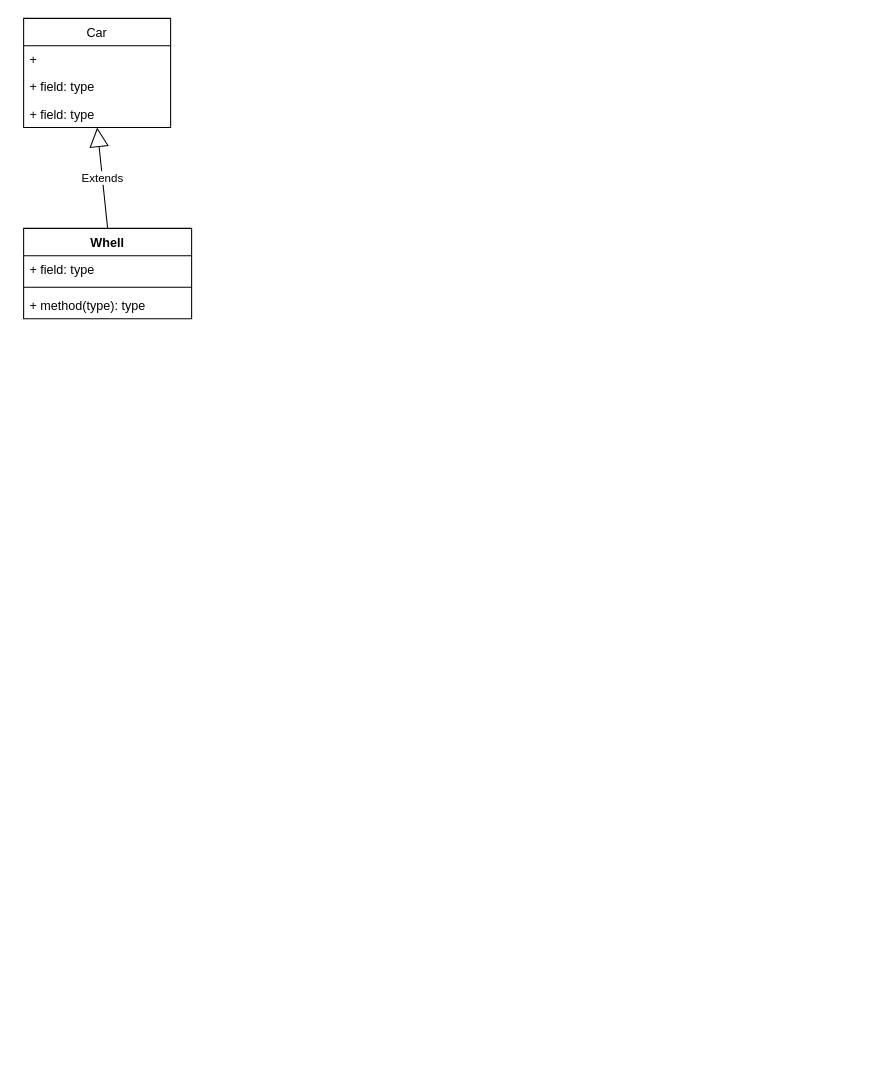
This is src/by/academy/homework/Untitled Diagram.drawio from MishaVorivonchick/by.academy.HomeWork, a draw.io file, before an edit. Source tidied: cells renumbered, new cells numbered last; positions are measured from the earlier drawing's top-left corner, leaving out a move shared by most shapes. Both pictures are drawn from the tidied source at 105%, with x=0, y=0 at pixel (23, 18).
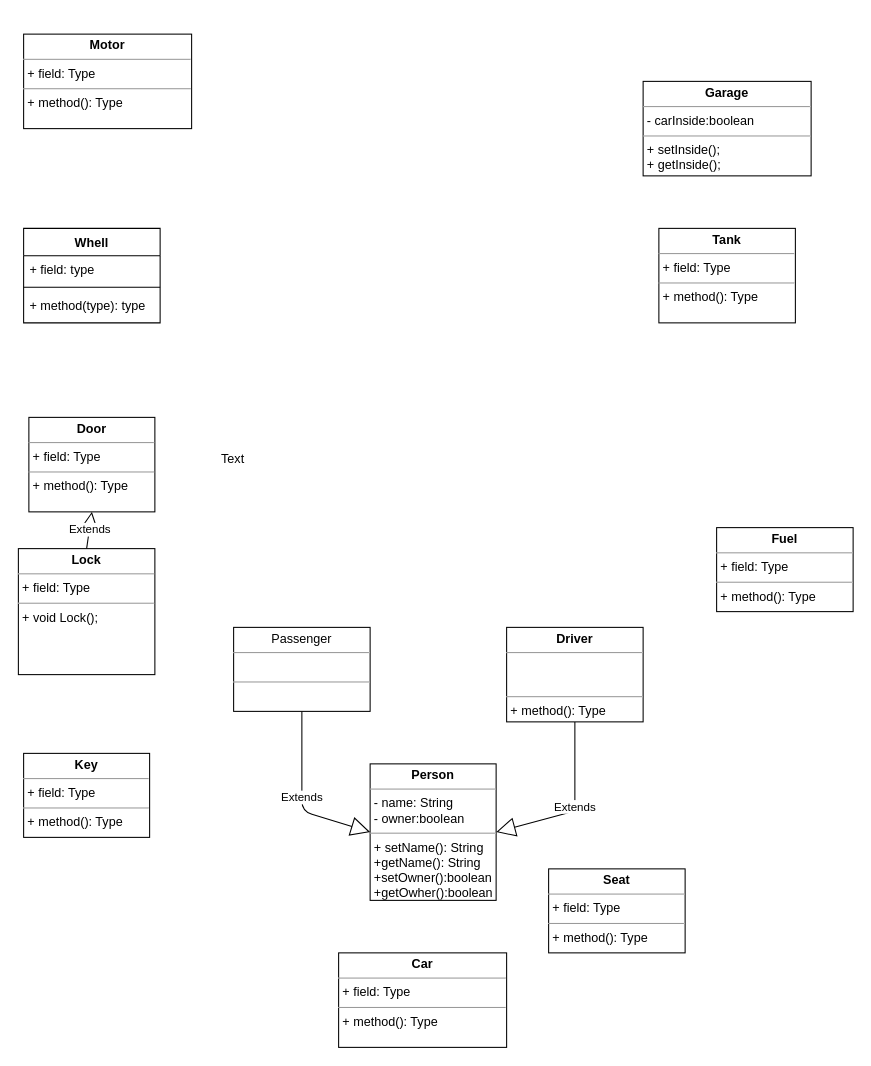
After the change.

Diff of the diagram source:
```diff
@@
-    <mxCell id="2" value="Extends" style="endArrow=block;endSize=16;endFill=0;html=1;exitX=0.5;exitY=0;exitDx=0;exitDy=0;entryX=0.5;entryY=1;entryDx=0;entryDy=0;" parent="1" edge="1" source="7" target="3">
-      <mxGeometry relative="1" as="geometry" />
-    </mxCell>
-    <mxCell id="3" value="Car" style="swimlane;fontStyle=0;horizontal=1;startSize=26;fillColor=none;" parent="1" vertex="1">
-      <mxGeometry width="140" height="104" as="geometry" />
-    </mxCell>
-    <mxCell id="4" value="+" style="text;strokeColor=none;fillColor=none;align=left;verticalAlign=top;spacingLeft=4;spacingRight=4;overflow=hidden;" parent="3" vertex="1">
-      <mxGeometry y="26" width="140" height="26" as="geometry" />
-    </mxCell>
-    <mxCell id="5" value="+ field: type" style="text;strokeColor=none;fillColor=none;align=left;verticalAlign=top;spacingLeft=4;spacingRight=4;overflow=hidden;" parent="3" vertex="1">
-      <mxGeometry y="52" width="140" height="26" as="geometry" />
-    </mxCell>
-    <mxCell id="6" value="+ field: type" style="text;strokeColor=none;fillColor=none;align=left;verticalAlign=top;spacingLeft=4;spacingRight=4;overflow=hidden;" parent="3" vertex="1">
-      <mxGeometry y="78" width="140" height="26" as="geometry" />
-    </mxCell>
     <mxCell id="7" value="Whell&#10;" style="swimlane;fontStyle=1;align=center;verticalAlign=top;horizontal=1;startSize=26;" parent="1" vertex="1">
-      <mxGeometry y="200" width="160" height="86" as="geometry" />
+      <mxGeometry y="200" width="130" height="90" as="geometry" />
     </mxCell>
     <mxCell id="8" value="+ field: type" style="text;strokeColor=none;fillColor=none;align=left;verticalAlign=top;spacingLeft=4;spacingRight=4;overflow=hidden;" parent="7" vertex="1">
-      <mxGeometry y="26" width="160" height="26" as="geometry" />
+      <mxGeometry y="26" width="130" height="26" as="geometry" />
     </mxCell>
     <mxCell id="9" style="line;strokeWidth=1;fillColor=none;align=left;verticalAlign=middle;spacingTop=-1;spacingLeft=3;spacingRight=3;labelPosition=right;" parent="7" vertex="1">
-      <mxGeometry y="52" width="160" height="8" as="geometry" />
+      <mxGeometry y="52" width="130" height="8" as="geometry" />
     </mxCell>
     <mxCell id="10" value="+ method(type): type" style="text;strokeColor=none;fillColor=none;align=left;verticalAlign=top;spacingLeft=4;spacingRight=4;overflow=hidden;" parent="7" vertex="1">
-      <mxGeometry y="60" width="160" height="26" as="geometry" />
+      <mxGeometry y="60" width="130" height="30" as="geometry" />
     </mxCell>
+    <mxCell id="11" value="&lt;p style=&quot;margin: 0px ; margin-top: 4px ; text-align: center&quot;&gt;&lt;b&gt;Door&lt;/b&gt;&lt;/p&gt;&lt;hr size=&quot;1&quot;&gt;&lt;p style=&quot;margin: 0px ; margin-left: 4px&quot;&gt;+ field: Type&lt;/p&gt;&lt;hr size=&quot;1&quot;&gt;&lt;p style=&quot;margin: 0px ; margin-left: 4px&quot;&gt;+ method(): Type&lt;/p&gt;" style="verticalAlign=top;align=left;overflow=fill;fontSize=12;fontFamily=Helvetica;html=1;" parent="1" vertex="1">
+      <mxGeometry x="5" y="380" width="120" height="90" as="geometry" />
+    </mxCell>
+    <mxCell id="12" value="&lt;p style=&quot;margin: 0px ; margin-top: 4px ; text-align: center&quot;&gt;&lt;b&gt;Lock&lt;/b&gt;&lt;/p&gt;&lt;hr size=&quot;1&quot;&gt;&lt;p style=&quot;margin: 0px ; margin-left: 4px&quot;&gt;+ field: Type&lt;/p&gt;&lt;hr size=&quot;1&quot;&gt;&lt;p style=&quot;margin: 0px ; margin-left: 4px&quot;&gt;+ void Lock();&lt;/p&gt;" style="verticalAlign=top;align=left;overflow=fill;fontSize=12;fontFamily=Helvetica;html=1;" parent="1" vertex="1">
+      <mxGeometry x="-5" y="505" width="130" height="120" as="geometry" />
+    </mxCell>
+    <mxCell id="13" value="&lt;p style=&quot;margin: 0px ; margin-top: 4px ; text-align: center&quot;&gt;&lt;b&gt;Person&lt;/b&gt;&lt;/p&gt;&lt;hr size=&quot;1&quot;&gt;&lt;p style=&quot;margin: 0px ; margin-left: 4px&quot;&gt;- name: String&lt;/p&gt;&lt;p style=&quot;margin: 0px ; margin-left: 4px&quot;&gt;- owner:boolean&lt;/p&gt;&lt;hr size=&quot;1&quot;&gt;&lt;p style=&quot;margin: 0px ; margin-left: 4px&quot;&gt;+ setName(): String&lt;/p&gt;&lt;p style=&quot;margin: 0px ; margin-left: 4px&quot;&gt;+getName(): String&lt;/p&gt;&lt;p style=&quot;margin: 0px ; margin-left: 4px&quot;&gt;+setOwner():boolean&lt;/p&gt;&lt;p style=&quot;margin: 0px ; margin-left: 4px&quot;&gt;+getOwher():boolean&lt;/p&gt;" style="verticalAlign=top;align=left;overflow=fill;fontSize=12;fontFamily=Helvetica;html=1;" parent="1" vertex="1">
+      <mxGeometry x="330" y="710" width="120" height="130" as="geometry" />
+    </mxCell>
+    <mxCell id="14" value="&lt;p style=&quot;margin: 0px ; margin-top: 4px ; text-align: center&quot;&gt;Passenger&lt;/p&gt;&lt;hr size=&quot;1&quot;&gt;&lt;p style=&quot;margin: 0px ; margin-left: 4px&quot;&gt;&lt;br&gt;&lt;/p&gt;&lt;hr size=&quot;1&quot;&gt;&lt;p style=&quot;margin: 0px ; margin-left: 4px&quot;&gt;&lt;br&gt;&lt;/p&gt;" style="verticalAlign=top;align=left;overflow=fill;fontSize=12;fontFamily=Helvetica;html=1;" parent="1" vertex="1">
+      <mxGeometry x="200" y="580" width="130" height="80" as="geometry" />
+    </mxCell>
+    <mxCell id="15" value="&lt;p style=&quot;margin: 0px ; margin-top: 4px ; text-align: center&quot;&gt;&lt;b&gt;Tank&lt;/b&gt;&lt;/p&gt;&lt;hr size=&quot;1&quot;&gt;&lt;p style=&quot;margin: 0px ; margin-left: 4px&quot;&gt;+ field: Type&lt;/p&gt;&lt;hr size=&quot;1&quot;&gt;&lt;p style=&quot;margin: 0px ; margin-left: 4px&quot;&gt;+ method(): Type&lt;/p&gt;" style="verticalAlign=top;align=left;overflow=fill;fontSize=12;fontFamily=Helvetica;html=1;" parent="1" vertex="1">
+      <mxGeometry x="605" y="200" width="130" height="90" as="geometry" />
+    </mxCell>
+    <mxCell id="16" value="&lt;p style=&quot;margin: 0px ; margin-top: 4px ; text-align: center&quot;&gt;&lt;b&gt;Fuel&lt;/b&gt;&lt;/p&gt;&lt;hr size=&quot;1&quot;&gt;&lt;p style=&quot;margin: 0px ; margin-left: 4px&quot;&gt;+ field: Type&lt;/p&gt;&lt;hr size=&quot;1&quot;&gt;&lt;p style=&quot;margin: 0px ; margin-left: 4px&quot;&gt;+ method(): Type&lt;/p&gt;" style="verticalAlign=top;align=left;overflow=fill;fontSize=12;fontFamily=Helvetica;html=1;" parent="1" vertex="1">
+      <mxGeometry x="660" y="485" width="130" height="80" as="geometry" />
+    </mxCell>
+    <mxCell id="17" value="&lt;p style=&quot;margin: 0px ; margin-top: 4px ; text-align: center&quot;&gt;&lt;b&gt;Key&lt;/b&gt;&lt;/p&gt;&lt;hr size=&quot;1&quot;&gt;&lt;p style=&quot;margin: 0px ; margin-left: 4px&quot;&gt;+ field: Type&lt;/p&gt;&lt;hr size=&quot;1&quot;&gt;&lt;p style=&quot;margin: 0px ; margin-left: 4px&quot;&gt;+ method(): Type&lt;/p&gt;" style="verticalAlign=top;align=left;overflow=fill;fontSize=12;fontFamily=Helvetica;html=1;" parent="1" vertex="1">
+      <mxGeometry y="700" width="120" height="80" as="geometry" />
+    </mxCell>
+    <mxCell id="18" value="&lt;p style=&quot;margin: 0px ; margin-top: 4px ; text-align: center&quot;&gt;&lt;b&gt;Garage&lt;/b&gt;&lt;/p&gt;&lt;hr size=&quot;1&quot;&gt;&lt;p style=&quot;margin: 0px ; margin-left: 4px&quot;&gt;- carInside:boolean&lt;/p&gt;&lt;hr size=&quot;1&quot;&gt;&lt;p style=&quot;margin: 0px ; margin-left: 4px&quot;&gt;+ setInside();&lt;/p&gt;&lt;p style=&quot;margin: 0px ; margin-left: 4px&quot;&gt;+ getInside();&lt;/p&gt;" style="verticalAlign=top;align=left;overflow=fill;fontSize=12;fontFamily=Helvetica;html=1;" parent="1" vertex="1">
+      <mxGeometry x="590" y="60" width="160" height="90" as="geometry" />
+    </mxCell>
+    <mxCell id="19" value="&lt;p style=&quot;margin: 0px ; margin-top: 4px ; text-align: center&quot;&gt;&lt;b&gt;Seat&lt;/b&gt;&lt;/p&gt;&lt;hr size=&quot;1&quot;&gt;&lt;p style=&quot;margin: 0px ; margin-left: 4px&quot;&gt;+ field: Type&lt;/p&gt;&lt;hr size=&quot;1&quot;&gt;&lt;p style=&quot;margin: 0px ; margin-left: 4px&quot;&gt;+ method(): Type&lt;/p&gt;" style="verticalAlign=top;align=left;overflow=fill;fontSize=12;fontFamily=Helvetica;html=1;" parent="1" vertex="1">
+      <mxGeometry x="500" y="810" width="130" height="80" as="geometry" />
+    </mxCell>
+    <mxCell id="20" value="&lt;p style=&quot;margin: 0px ; margin-top: 4px ; text-align: center&quot;&gt;&lt;b&gt;Motor&lt;/b&gt;&lt;/p&gt;&lt;hr size=&quot;1&quot;&gt;&lt;p style=&quot;margin: 0px ; margin-left: 4px&quot;&gt;+ field: Type&lt;/p&gt;&lt;hr size=&quot;1&quot;&gt;&lt;p style=&quot;margin: 0px ; margin-left: 4px&quot;&gt;+ method(): Type&lt;/p&gt;" style="verticalAlign=top;align=left;overflow=fill;fontSize=12;fontFamily=Helvetica;html=1;" parent="1" vertex="1">
+      <mxGeometry y="15" width="160" height="90" as="geometry" />
+    </mxCell>
+    <mxCell id="21" value="&lt;p style=&quot;margin: 0px ; margin-top: 4px ; text-align: center&quot;&gt;&lt;b&gt;Car&lt;/b&gt;&lt;/p&gt;&lt;hr size=&quot;1&quot;&gt;&lt;p style=&quot;margin: 0px ; margin-left: 4px&quot;&gt;+ field: Type&lt;/p&gt;&lt;hr size=&quot;1&quot;&gt;&lt;p style=&quot;margin: 0px ; margin-left: 4px&quot;&gt;+ method(): Type&lt;/p&gt;" style="verticalAlign=top;align=left;overflow=fill;fontSize=12;fontFamily=Helvetica;html=1;" parent="1" vertex="1">
+      <mxGeometry x="300" y="890" width="160" height="90" as="geometry" />
+    </mxCell>
+    <mxCell id="22" value="&lt;p style=&quot;margin: 0px ; margin-top: 4px ; text-align: center&quot;&gt;&lt;b&gt;Driver&lt;/b&gt;&lt;/p&gt;&lt;hr size=&quot;1&quot;&gt;&lt;p style=&quot;margin: 0px ; margin-left: 4px&quot;&gt;&lt;br&gt;&lt;/p&gt;&lt;blockquote style=&quot;margin: 0px ; margin-left: 4px&quot;&gt;&lt;br&gt;&lt;/blockquote&gt;&lt;hr size=&quot;1&quot;&gt;&lt;p style=&quot;margin: 0px ; margin-left: 4px&quot;&gt;+ method(): Type&lt;/p&gt;" style="verticalAlign=top;align=left;overflow=fill;fontSize=12;fontFamily=Helvetica;html=1;" parent="1" vertex="1">
+      <mxGeometry x="460" y="580" width="130" height="90" as="geometry" />
+    </mxCell>
+    <mxCell id="23" value="Text" style="text;html=1;align=center;verticalAlign=middle;" parent="1" vertex="1">
+      <mxGeometry x="179" y="410" width="40" height="20" as="geometry" />
+    </mxCell>
+    <mxCell id="24" value="Extends" style="endArrow=block;endSize=16;endFill=0;html=1;entryX=0;entryY=0.5;entryDx=0;entryDy=0;exitX=0.5;exitY=1;exitDx=0;exitDy=0;" parent="1" edge="1" source="14" target="13">
+      <mxGeometry relative="1" as="geometry">
+        <Array as="points">
+          <mxPoint x="265" y="755" />
+        </Array>
+      </mxGeometry>
+    </mxCell>
+    <mxCell id="25" value="Extends" style="endArrow=block;endSize=16;endFill=0;html=1;exitX=0.5;exitY=1;exitDx=0;exitDy=0;entryX=1;entryY=0.5;entryDx=0;entryDy=0;" parent="1" edge="1" source="22" target="13">
+      <mxGeometry relative="1" as="geometry">
+        <Array as="points">
+          <mxPoint x="525" y="755" />
+        </Array>
+      </mxGeometry>
+    </mxCell>
+    <mxCell id="2" value="Extends" style="endArrow=block;endSize=16;endFill=0;html=1;exitX=0.5;exitY=0;exitDx=0;exitDy=0;entryX=0.5;entryY=1;entryDx=0;entryDy=0;" parent="1" edge="1" source="12" target="11">
+      <mxGeometry relative="1" as="geometry" />
+    </mxCell>
```
